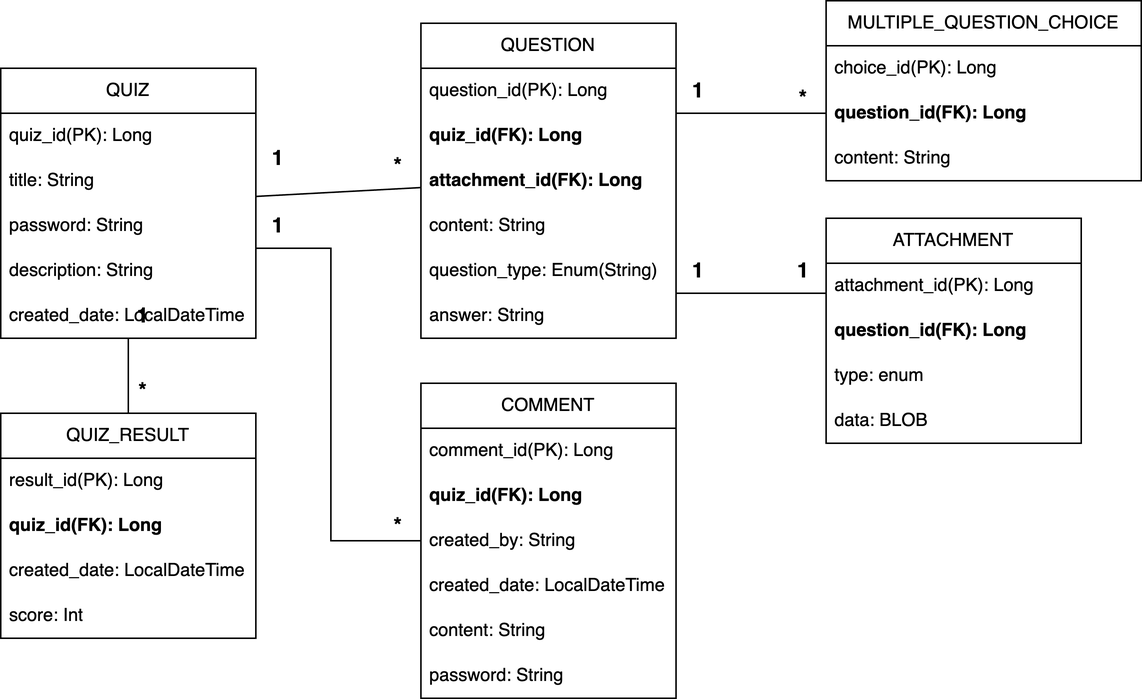
Earlier version of the draw.io export readme-img/harpseal_domain_model.png (mynameisjaehoon/harpseal-backend). Source tidied: cells renumbered, new cells last; positions are measured from the earlier drawing's top-left corner, leaving out a move shared by most shapes.
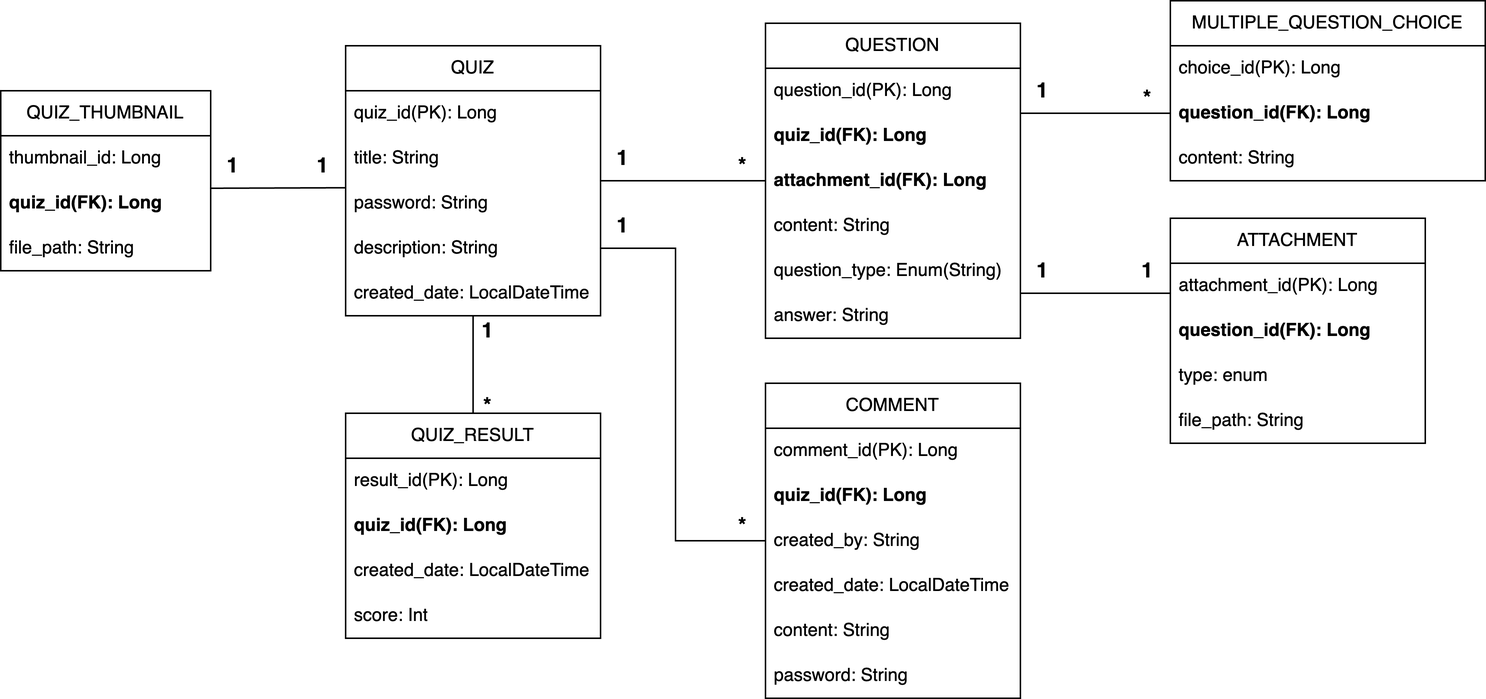
The same diagram one commit later.

Change to the diagram source:
```diff
@@ -3,7 +3,7 @@
     <mxCell id="0" />
     <mxCell id="1" parent="0" />
     <mxCell id="2" value="QUIZ" style="swimlane;fontStyle=0;horizontal=1;startSize=30;whiteSpace=wrap;html=1;" parent="1" vertex="1">
-      <mxGeometry y="45" width="170" height="180" as="geometry" />
+      <mxGeometry y="30" width="170" height="180" as="geometry" />
     </mxCell>
     <mxCell id="3" value="quiz_id(PK): Long" style="text;strokeColor=none;fillColor=none;align=left;verticalAlign=middle;spacingLeft=4;spacingRight=4;overflow=hidden;whiteSpace=wrap;html=1;" parent="2" vertex="1">
       <mxGeometry y="30" width="170" height="30" as="geometry" />
@@ -74,7 +74,7 @@
     <mxCell id="25" value="type: enum" style="text;strokeColor=none;fillColor=none;align=left;verticalAlign=middle;spacingLeft=4;spacingRight=4;overflow=hidden;whiteSpace=wrap;html=1;" parent="22" vertex="1">
       <mxGeometry y="90" width="170" height="30" as="geometry" />
     </mxCell>
-    <mxCell id="26" value="data: BLOB" style="text;strokeColor=none;fillColor=none;align=left;verticalAlign=middle;spacingLeft=4;spacingRight=4;overflow=hidden;whiteSpace=wrap;html=1;" parent="22" vertex="1">
+    <mxCell id="26" value="file_path: String" style="text;strokeColor=none;fillColor=none;align=left;verticalAlign=middle;spacingLeft=4;spacingRight=4;overflow=hidden;whiteSpace=wrap;html=1;" parent="22" vertex="1">
       <mxGeometry y="120" width="170" height="30" as="geometry" />
     </mxCell>
     <mxCell id="27" value="COMMENT" style="swimlane;fontStyle=0;horizontal=1;startSize=30;whiteSpace=wrap;html=1;" parent="1" vertex="1">
@@ -117,10 +117,10 @@
       <mxGeometry relative="1" as="geometry" />
     </mxCell>
     <mxCell id="40" value="1" style="text;html=1;strokeColor=none;fillColor=none;align=center;verticalAlign=middle;whiteSpace=wrap;rounded=0;fontSize=14;fontStyle=1;" parent="1" vertex="1">
-      <mxGeometry x="80" y="195" width="30" height="30" as="geometry" />
+      <mxGeometry x="80" y="205" width="30" height="30" as="geometry" />
     </mxCell>
     <mxCell id="41" value="*" style="text;html=1;strokeColor=none;fillColor=none;align=center;verticalAlign=middle;whiteSpace=wrap;rounded=0;fontSize=14;fontStyle=1;" parent="1" vertex="1">
-      <mxGeometry x="80" y="245" width="30" height="30" as="geometry" />
+      <mxGeometry x="80" y="255" width="30" height="30" as="geometry" />
     </mxCell>
     <mxCell id="42" style="endArrow=none;html=1;rounded=0;" parent="1" edge="1" target="27">
       <mxGeometry relative="1" as="geometry">
@@ -162,5 +162,29 @@
     <mxCell id="50" value="1" style="text;html=1;strokeColor=none;fillColor=none;align=center;verticalAlign=middle;whiteSpace=wrap;rounded=0;fontSize=14;fontStyle=1;" parent="1" vertex="1">
       <mxGeometry x="520" y="170" width="30" height="20" as="geometry" />
     </mxCell>
+    <mxCell id="51" value="QUIZ_THUMBNAIL" style="swimlane;fontStyle=0;horizontal=1;startSize=30;whiteSpace=wrap;html=1;" parent="1" vertex="1">
+      <mxGeometry x="-230" y="60" width="140" height="120" as="geometry" />
+    </mxCell>
+    <mxCell id="52" value="thumbnail_id: Long" style="text;strokeColor=none;fillColor=none;align=left;verticalAlign=middle;spacingLeft=4;spacingRight=4;overflow=hidden;whiteSpace=wrap;html=1;" parent="51" vertex="1">
+      <mxGeometry y="30" width="140" height="30" as="geometry" />
+    </mxCell>
+    <mxCell id="53" value="&lt;b&gt;quiz_id(FK): Long&lt;/b&gt;" style="text;strokeColor=none;fillColor=none;align=left;verticalAlign=middle;spacingLeft=4;spacingRight=4;overflow=hidden;whiteSpace=wrap;html=1;" parent="51" vertex="1">
+      <mxGeometry y="60" width="140" height="30" as="geometry" />
+    </mxCell>
+    <mxCell id="54" value="file_path: String" style="text;strokeColor=none;fillColor=none;align=left;verticalAlign=middle;spacingLeft=4;spacingRight=4;overflow=hidden;whiteSpace=wrap;html=1;" parent="51" vertex="1">
+      <mxGeometry y="90" width="140" height="30" as="geometry" />
+    </mxCell>
+    <mxCell id="55" style="endArrow=none;html=1;rounded=0;" parent="1" edge="1">
+      <mxGeometry relative="1" as="geometry">
+        <mxPoint x="-90" y="125" as="sourcePoint" />
+        <mxPoint y="124.7" as="targetPoint" />
+      </mxGeometry>
+    </mxCell>
+    <mxCell id="56" value="1" style="text;html=1;strokeColor=none;fillColor=none;align=center;verticalAlign=middle;whiteSpace=wrap;rounded=0;fontSize=14;fontStyle=1;" parent="1" vertex="1">
+      <mxGeometry x="-90" y="95" width="30" height="30" as="geometry" />
+    </mxCell>
+    <mxCell id="57" value="1" style="text;html=1;strokeColor=none;fillColor=none;align=center;verticalAlign=middle;whiteSpace=wrap;rounded=0;fontSize=14;fontStyle=1;" parent="1" vertex="1">
+      <mxGeometry x="-30" y="99.7" width="30" height="20" as="geometry" />
+    </mxCell>
   </root>
 </mxGraphModel>
```
